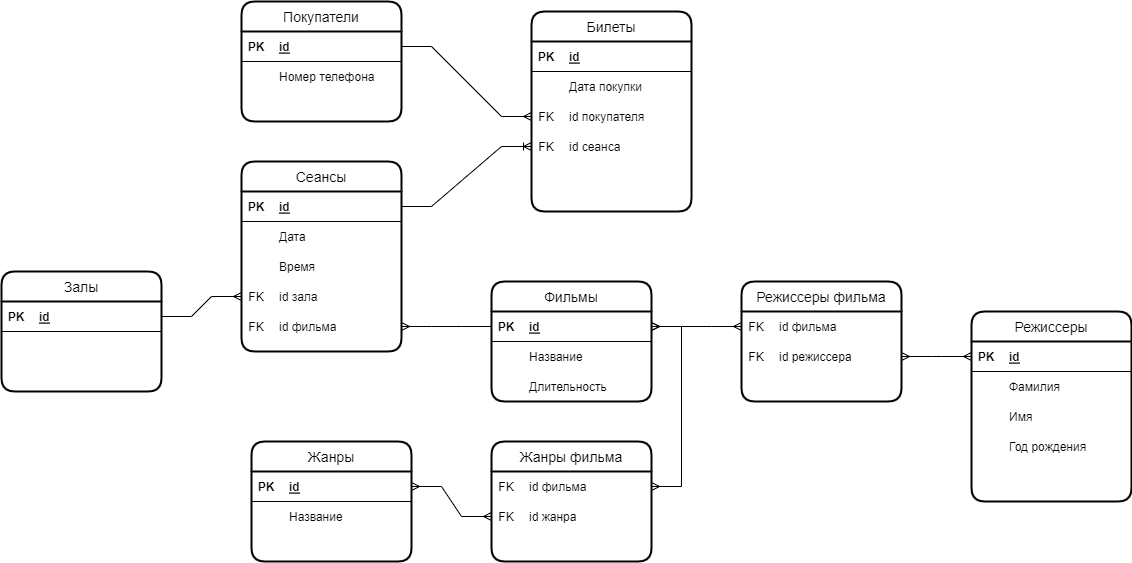
Before: part1/кинотеатр.drawio.png, a diagram exported from draw.io (Kolesa-Education/kolesa-upgrade-homework-4). Source tidied: cells renumbered, new cells last; positions are measured from the earlier drawing's top-left corner, leaving out a move shared by most shapes.
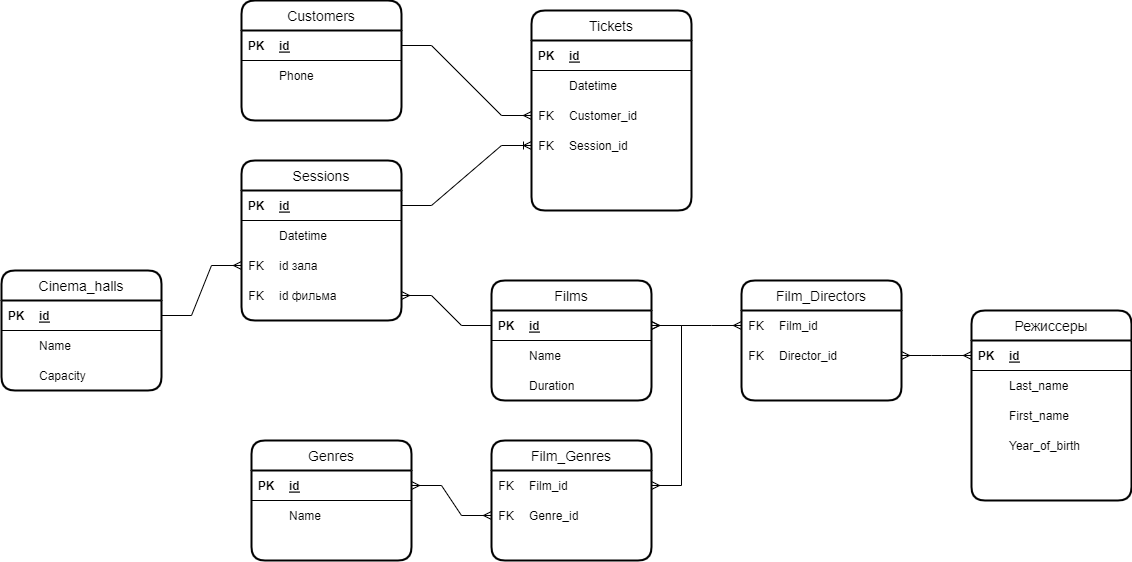
After the commit.

Commit message:
docs: modify spaceport & cinema db design

What changed in the source:
```diff
@@ -2,7 +2,7 @@
   <root>
     <mxCell id="0" />
     <mxCell id="1" parent="0" />
-    <mxCell id="2" value="Покупатели" style="swimlane;horizontal=1;startSize=30;rounded=1;fontSize=14;fontStyle=0;strokeWidth=2;shadow=0;dashed=0;align=center;" parent="1" vertex="1">
+    <mxCell id="2" value="Customers" style="swimlane;horizontal=1;startSize=30;rounded=1;fontSize=14;fontStyle=0;strokeWidth=2;shadow=0;dashed=0;align=center;" parent="1" vertex="1">
       <mxGeometry x="240" width="160" height="120" as="geometry" />
     </mxCell>
     <mxCell id="3" style="shape=table;startSize=0;rowLines=0;fontStyle=0;align=center;strokeColor=none;fillColor=none;" parent="2" vertex="1">
@@ -23,10 +23,10 @@
     <mxCell id="8" style="shape=partialRectangle;fillColor=none;top=0;left=0;bottom=0;right=0;overflow=hidden;" parent="7" vertex="1">
       <mxGeometry width="30" height="30" as="geometry" />
     </mxCell>
-    <mxCell id="9" value="Номер телефона" style="shape=partialRectangle;fillColor=none;top=0;left=0;bottom=0;right=0;align=left;spacingLeft=6;overflow=hidden;" parent="7" vertex="1">
+    <mxCell id="9" value="Phone" style="shape=partialRectangle;fillColor=none;top=0;left=0;bottom=0;right=0;align=left;spacingLeft=6;overflow=hidden;" parent="7" vertex="1">
       <mxGeometry x="30" width="130" height="30" as="geometry" />
     </mxCell>
-    <mxCell id="10" value="Фильмы" style="swimlane;horizontal=1;startSize=30;rounded=1;fontSize=14;fontStyle=0;strokeWidth=2;shadow=0;dashed=0;align=center;" parent="1" vertex="1">
+    <mxCell id="10" value="Films" style="swimlane;horizontal=1;startSize=30;rounded=1;fontSize=14;fontStyle=0;strokeWidth=2;shadow=0;dashed=0;align=center;" parent="1" vertex="1">
       <mxGeometry x="490" y="280" width="160" height="120" as="geometry" />
     </mxCell>
     <mxCell id="11" style="shape=table;startSize=0;rowLines=0;fontStyle=0;align=center;strokeColor=none;fillColor=none;" parent="10" vertex="1">
@@ -47,7 +47,7 @@
     <mxCell id="16" style="shape=partialRectangle;fillColor=none;top=0;left=0;bottom=0;right=0;overflow=hidden;" parent="15" vertex="1">
       <mxGeometry width="30" height="30" as="geometry" />
     </mxCell>
-    <mxCell id="17" value="Название" style="shape=partialRectangle;fillColor=none;top=0;left=0;bottom=0;right=0;align=left;spacingLeft=6;overflow=hidden;" parent="15" vertex="1">
+    <mxCell id="17" value="Name" style="shape=partialRectangle;fillColor=none;top=0;left=0;bottom=0;right=0;align=left;spacingLeft=6;overflow=hidden;" parent="15" vertex="1">
       <mxGeometry x="30" width="130" height="30" as="geometry" />
     </mxCell>
     <mxCell id="18" style="shape=tableRow;horizontal=0;startSize=0;swimlaneHead=0;swimlaneBody=0;fillColor=none;top=0;left=0;right=0;bottom=0;" parent="11" vertex="1">
@@ -56,7 +56,7 @@
     <mxCell id="19" style="shape=partialRectangle;fillColor=none;top=0;left=0;bottom=0;right=0;overflow=hidden;" parent="18" vertex="1">
       <mxGeometry width="30" height="30" as="geometry" />
     </mxCell>
-    <mxCell id="20" value="Длительность" style="shape=partialRectangle;fillColor=none;top=0;left=0;bottom=0;right=0;align=left;spacingLeft=6;overflow=hidden;" parent="18" vertex="1">
+    <mxCell id="20" value="Duration" style="shape=partialRectangle;fillColor=none;top=0;left=0;bottom=0;right=0;align=left;spacingLeft=6;overflow=hidden;" parent="18" vertex="1">
       <mxGeometry x="30" width="130" height="30" as="geometry" />
     </mxCell>
     <mxCell id="21" value="Режиссеры" style="swimlane;horizontal=1;startSize=30;rounded=1;fontSize=14;fontStyle=0;strokeWidth=2;shadow=0;dashed=0;align=center;" parent="1" vertex="1">
@@ -80,7 +80,7 @@
     <mxCell id="27" style="shape=partialRectangle;fillColor=none;top=0;left=0;bottom=0;right=0;overflow=hidden;" parent="26" vertex="1">
       <mxGeometry width="30" height="30" as="geometry" />
     </mxCell>
-    <mxCell id="28" value="Фамилия" style="shape=partialRectangle;fillColor=none;top=0;left=0;bottom=0;right=0;align=left;spacingLeft=6;overflow=hidden;" parent="26" vertex="1">
+    <mxCell id="28" value="Last_name" style="shape=partialRectangle;fillColor=none;top=0;left=0;bottom=0;right=0;align=left;spacingLeft=6;overflow=hidden;" parent="26" vertex="1">
       <mxGeometry x="30" width="130" height="30" as="geometry" />
     </mxCell>
     <mxCell id="29" style="shape=tableRow;horizontal=0;startSize=0;swimlaneHead=0;swimlaneBody=0;fillColor=none;top=0;left=0;right=0;bottom=0;" parent="22" vertex="1">
@@ -89,7 +89,7 @@
     <mxCell id="30" style="shape=partialRectangle;fillColor=none;top=0;left=0;bottom=0;right=0;overflow=hidden;" parent="29" vertex="1">
       <mxGeometry width="30" height="30" as="geometry" />
     </mxCell>
-    <mxCell id="31" value="Имя" style="shape=partialRectangle;fillColor=none;top=0;left=0;bottom=0;right=0;align=left;spacingLeft=6;overflow=hidden;" parent="29" vertex="1">
+    <mxCell id="31" value="First_name" style="shape=partialRectangle;fillColor=none;top=0;left=0;bottom=0;right=0;align=left;spacingLeft=6;overflow=hidden;" parent="29" vertex="1">
       <mxGeometry x="30" width="130" height="30" as="geometry" />
     </mxCell>
     <mxCell id="32" style="shape=tableRow;horizontal=0;startSize=0;swimlaneHead=0;swimlaneBody=0;fillColor=none;top=0;left=0;right=0;bottom=0;" parent="22" vertex="1">
@@ -98,14 +98,14 @@
     <mxCell id="33" style="shape=partialRectangle;fillColor=none;top=0;left=0;bottom=0;right=0;overflow=hidden;" parent="32" vertex="1">
       <mxGeometry width="30" height="30" as="geometry" />
     </mxCell>
-    <mxCell id="34" value="Год рождения" style="shape=partialRectangle;fillColor=none;top=0;left=0;bottom=0;right=0;align=left;spacingLeft=6;overflow=hidden;" parent="32" vertex="1">
+    <mxCell id="34" value="Year_of_birth" style="shape=partialRectangle;fillColor=none;top=0;left=0;bottom=0;right=0;align=left;spacingLeft=6;overflow=hidden;" parent="32" vertex="1">
       <mxGeometry x="30" width="130" height="30" as="geometry" />
     </mxCell>
-    <mxCell id="35" value="Сеансы" style="swimlane;horizontal=1;startSize=30;rounded=1;fontSize=14;fontStyle=0;strokeWidth=2;shadow=0;dashed=0;align=center;" parent="1" vertex="1">
-      <mxGeometry x="240" y="160" width="160" height="190" as="geometry" />
+    <mxCell id="35" value="Sessions" style="swimlane;horizontal=1;startSize=30;rounded=1;fontSize=14;fontStyle=0;strokeWidth=2;shadow=0;dashed=0;align=center;" parent="1" vertex="1">
+      <mxGeometry x="240" y="160" width="160" height="160" as="geometry" />
     </mxCell>
     <mxCell id="36" style="shape=table;startSize=0;rowLines=0;fontStyle=0;align=center;strokeColor=none;fillColor=none;" parent="35" vertex="1">
-      <mxGeometry y="30" width="160" height="160" as="geometry" />
+      <mxGeometry y="30" width="160" height="130" as="geometry" />
     </mxCell>
     <mxCell id="37" style="shape=tableRow;horizontal=0;startSize=0;swimlaneHead=0;swimlaneBody=0;fillColor=none;points=[[0,0.5],[1,0.5]];portConstraint=eastwest;top=0;left=0;right=0;bottom=1;" parent="36" vertex="1">
       <mxGeometry width="160" height="30" as="geometry" />
@@ -122,20 +122,11 @@
     <mxCell id="41" style="shape=partialRectangle;fillColor=none;top=0;left=0;bottom=0;right=0;overflow=hidden;" parent="40" vertex="1">
       <mxGeometry width="30" height="30" as="geometry" />
     </mxCell>
-    <mxCell id="42" value="Дата" style="shape=partialRectangle;fillColor=none;top=0;left=0;bottom=0;right=0;align=left;spacingLeft=6;overflow=hidden;" parent="40" vertex="1">
+    <mxCell id="42" value="Datetime" style="shape=partialRectangle;fillColor=none;top=0;left=0;bottom=0;right=0;align=left;spacingLeft=6;overflow=hidden;" parent="40" vertex="1">
       <mxGeometry x="30" width="130" height="30" as="geometry" />
     </mxCell>
-    <mxCell id="43" style="shape=tableRow;horizontal=0;startSize=0;swimlaneHead=0;swimlaneBody=0;fillColor=none;top=0;left=0;right=0;bottom=0;" parent="36" vertex="1">
-      <mxGeometry y="60" width="160" height="30" as="geometry" />
-    </mxCell>
-    <mxCell id="44" style="shape=partialRectangle;fillColor=none;top=0;left=0;bottom=0;right=0;overflow=hidden;" parent="43" vertex="1">
-      <mxGeometry width="30" height="30" as="geometry" />
-    </mxCell>
-    <mxCell id="45" value="Время" style="shape=partialRectangle;fillColor=none;top=0;left=0;bottom=0;right=0;align=left;spacingLeft=6;overflow=hidden;" parent="43" vertex="1">
-      <mxGeometry x="30" width="130" height="30" as="geometry" />
-    </mxCell>
     <mxCell id="46" style="shape=tableRow;horizontal=0;startSize=0;swimlaneHead=0;swimlaneBody=0;fillColor=none;points=[[0,0.5],[1,0.5]];portConstraint=eastwest;top=0;left=0;right=0;bottom=0;" parent="36" vertex="1">
-      <mxGeometry y="90" width="160" height="30" as="geometry" />
+      <mxGeometry y="60" width="160" height="30" as="geometry" />
     </mxCell>
     <mxCell id="47" value="FK" style="shape=partialRectangle;fillColor=none;top=0;left=0;bottom=0;right=0;fontStyle=0;overflow=hidden;" parent="46" vertex="1">
       <mxGeometry width="30" height="30" as="geometry" />
@@ -144,7 +135,7 @@
       <mxGeometry x="30" width="130" height="30" as="geometry" />
     </mxCell>
     <mxCell id="49" style="shape=tableRow;horizontal=0;startSize=0;swimlaneHead=0;swimlaneBody=0;fillColor=none;points=[[0,0.5],[1,0.5]];portConstraint=eastwest;top=0;left=0;right=0;bottom=0;" parent="36" vertex="1">
-      <mxGeometry y="120" width="160" height="30" as="geometry" />
+      <mxGeometry y="90" width="160" height="30" as="geometry" />
     </mxCell>
     <mxCell id="50" value="FK" style="shape=partialRectangle;fillColor=none;top=0;left=0;bottom=0;right=0;fontStyle=0;overflow=hidden;" parent="49" vertex="1">
       <mxGeometry width="30" height="30" as="geometry" />
@@ -152,7 +143,7 @@
     <mxCell id="51" value="id фильма" style="shape=partialRectangle;fillColor=none;top=0;left=0;bottom=0;right=0;align=left;spacingLeft=6;fontStyle=0;overflow=hidden;" parent="49" vertex="1">
       <mxGeometry x="30" width="130" height="30" as="geometry" />
     </mxCell>
-    <mxCell id="52" value="Билеты" style="swimlane;horizontal=1;startSize=30;rounded=1;fontSize=14;fontStyle=0;strokeWidth=2;shadow=0;dashed=0;align=center;" parent="1" vertex="1">
+    <mxCell id="52" value="Tickets" style="swimlane;horizontal=1;startSize=30;rounded=1;fontSize=14;fontStyle=0;strokeWidth=2;shadow=0;dashed=0;align=center;" parent="1" vertex="1">
       <mxGeometry x="530" y="10" width="160" height="200" as="geometry" />
     </mxCell>
     <mxCell id="53" style="shape=table;startSize=0;rowLines=0;fontStyle=0;align=center;strokeColor=none;fillColor=none;" parent="52" vertex="1">
@@ -173,7 +164,7 @@
     <mxCell id="58" style="shape=partialRectangle;fillColor=none;top=0;left=0;bottom=0;right=0;overflow=hidden;" parent="57" vertex="1">
       <mxGeometry width="30" height="30" as="geometry" />
     </mxCell>
-    <mxCell id="59" value="Дата покупки" style="shape=partialRectangle;fillColor=none;top=0;left=0;bottom=0;right=0;align=left;spacingLeft=6;overflow=hidden;" parent="57" vertex="1">
+    <mxCell id="59" value="Datetime" style="shape=partialRectangle;fillColor=none;top=0;left=0;bottom=0;right=0;align=left;spacingLeft=6;overflow=hidden;" parent="57" vertex="1">
       <mxGeometry x="30" width="130" height="30" as="geometry" />
     </mxCell>
     <mxCell id="60" style="shape=tableRow;horizontal=0;startSize=0;swimlaneHead=0;swimlaneBody=0;fillColor=none;points=[[0,0.5],[1,0.5]];portConstraint=eastwest;top=0;left=0;right=0;bottom=0;" parent="53" vertex="1">
@@ -182,7 +173,7 @@
     <mxCell id="61" value="FK" style="shape=partialRectangle;fillColor=none;top=0;left=0;bottom=0;right=0;fontStyle=0;overflow=hidden;" parent="60" vertex="1">
       <mxGeometry width="30" height="30" as="geometry" />
     </mxCell>
-    <mxCell id="62" value="id покупателя" style="shape=partialRectangle;fillColor=none;top=0;left=0;bottom=0;right=0;align=left;spacingLeft=6;fontStyle=0;overflow=hidden;" parent="60" vertex="1">
+    <mxCell id="62" value="Customer_id" style="shape=partialRectangle;fillColor=none;top=0;left=0;bottom=0;right=0;align=left;spacingLeft=6;fontStyle=0;overflow=hidden;" parent="60" vertex="1">
       <mxGeometry x="30" width="130" height="30" as="geometry" />
     </mxCell>
     <mxCell id="63" style="shape=tableRow;horizontal=0;startSize=0;swimlaneHead=0;swimlaneBody=0;fillColor=none;points=[[0,0.5],[1,0.5]];portConstraint=eastwest;top=0;left=0;right=0;bottom=0;" parent="53" vertex="1">
@@ -191,10 +182,10 @@
     <mxCell id="64" value="FK" style="shape=partialRectangle;fillColor=none;top=0;left=0;bottom=0;right=0;fontStyle=0;overflow=hidden;" parent="63" vertex="1">
       <mxGeometry width="30" height="30" as="geometry" />
     </mxCell>
-    <mxCell id="65" value="id сеанса" style="shape=partialRectangle;fillColor=none;top=0;left=0;bottom=0;right=0;align=left;spacingLeft=6;fontStyle=0;overflow=hidden;" parent="63" vertex="1">
+    <mxCell id="65" value="Session_id" style="shape=partialRectangle;fillColor=none;top=0;left=0;bottom=0;right=0;align=left;spacingLeft=6;fontStyle=0;overflow=hidden;" parent="63" vertex="1">
       <mxGeometry x="30" width="130" height="30" as="geometry" />
     </mxCell>
-    <mxCell id="66" value="Залы" style="swimlane;horizontal=1;startSize=30;rounded=1;fontSize=14;fontStyle=0;strokeWidth=2;shadow=0;dashed=0;align=center;" parent="1" vertex="1">
+    <mxCell id="66" value="Cinema_halls" style="swimlane;horizontal=1;startSize=30;rounded=1;fontSize=14;fontStyle=0;strokeWidth=2;shadow=0;dashed=0;align=center;" parent="1" vertex="1">
       <mxGeometry y="270" width="160" height="120" as="geometry" />
     </mxCell>
     <mxCell id="67" style="shape=table;startSize=0;rowLines=0;fontStyle=0;align=center;strokeColor=none;fillColor=none;" parent="66" vertex="1">
@@ -209,7 +200,25 @@
     <mxCell id="70" value="id" style="shape=partialRectangle;fillColor=none;top=0;left=0;bottom=0;right=0;align=left;spacingLeft=6;fontStyle=5;overflow=hidden;" parent="68" vertex="1">
       <mxGeometry x="30" width="130" height="30" as="geometry" />
     </mxCell>
+    <mxCell id="103" style="shape=tableRow;horizontal=0;startSize=0;swimlaneHead=0;swimlaneBody=0;fillColor=none;top=0;left=0;right=0;bottom=0;" parent="67" vertex="1">
+      <mxGeometry y="30" width="160" height="30" as="geometry" />
+    </mxCell>
+    <mxCell id="104" style="shape=partialRectangle;fillColor=none;top=0;left=0;bottom=0;right=0;overflow=hidden;" parent="103" vertex="1">
+      <mxGeometry width="30" height="30" as="geometry" />
+    </mxCell>
+    <mxCell id="105" value="Name" style="shape=partialRectangle;fillColor=none;top=0;left=0;bottom=0;right=0;align=left;spacingLeft=6;overflow=hidden;" parent="103" vertex="1">
+      <mxGeometry x="30" width="130" height="30" as="geometry" />
+    </mxCell>
+    <mxCell id="43" style="shape=tableRow;horizontal=0;startSize=0;swimlaneHead=0;swimlaneBody=0;fillColor=none;top=0;left=0;right=0;bottom=0;" parent="67" vertex="1">
+      <mxGeometry y="60" width="160" height="30" as="geometry" />
+    </mxCell>
+    <mxCell id="106" style="shape=partialRectangle;fillColor=none;top=0;left=0;bottom=0;right=0;overflow=hidden;" parent="43" vertex="1">
+      <mxGeometry width="30" height="30" as="geometry" />
+    </mxCell>
+    <mxCell id="107" value="Capacity" style="shape=partialRectangle;fillColor=none;top=0;left=0;bottom=0;right=0;align=left;spacingLeft=6;overflow=hidden;" parent="43" vertex="1">
+      <mxGeometry x="30" width="130" height="30" as="geometry" />
+    </mxCell>
-    <mxCell id="71" value="Жанры" style="swimlane;horizontal=1;startSize=30;rounded=1;fontSize=14;fontStyle=0;strokeWidth=2;shadow=0;dashed=0;align=center;" parent="1" vertex="1">
+    <mxCell id="71" value="Genres" style="swimlane;horizontal=1;startSize=30;rounded=1;fontSize=14;fontStyle=0;strokeWidth=2;shadow=0;dashed=0;align=center;" parent="1" vertex="1">
       <mxGeometry x="250" y="440" width="160" height="120" as="geometry" />
     </mxCell>
     <mxCell id="72" style="shape=table;startSize=0;rowLines=0;fontStyle=0;align=center;strokeColor=none;fillColor=none;" parent="71" vertex="1">
@@ -230,7 +239,7 @@
     <mxCell id="77" style="shape=partialRectangle;fillColor=none;top=0;left=0;bottom=0;right=0;overflow=hidden;" parent="76" vertex="1">
       <mxGeometry width="30" height="30" as="geometry" />
     </mxCell>
-    <mxCell id="78" value="Название" style="shape=partialRectangle;fillColor=none;top=0;left=0;bottom=0;right=0;align=left;spacingLeft=6;overflow=hidden;" parent="76" vertex="1">
+    <mxCell id="78" value="Name" style="shape=partialRectangle;fillColor=none;top=0;left=0;bottom=0;right=0;align=left;spacingLeft=6;overflow=hidden;" parent="76" vertex="1">
       <mxGeometry x="30" width="130" height="30" as="geometry" />
     </mxCell>
     <mxCell id="79" style="edgeStyle=entityRelationEdgeStyle;fontSize=12;html=1;endArrow=ERmany;rounded=0;" parent="1" edge="1" source="4" target="60">
@@ -245,7 +254,7 @@
     <mxCell id="82" style="edgeStyle=entityRelationEdgeStyle;fontSize=12;html=1;endArrow=ERmany;rounded=0;" parent="1" edge="1" source="68" target="46">
       <mxGeometry relative="1" as="geometry" />
     </mxCell>
-    <mxCell id="83" value="Режиссеры фильма" style="swimlane;horizontal=1;startSize=30;rounded=1;fontSize=14;fontStyle=0;strokeWidth=2;shadow=0;dashed=0;align=center;" parent="1" vertex="1">
+    <mxCell id="83" value="Film_Directors" style="swimlane;horizontal=1;startSize=30;rounded=1;fontSize=14;fontStyle=0;strokeWidth=2;shadow=0;dashed=0;align=center;" parent="1" vertex="1">
       <mxGeometry x="740" y="280" width="160" height="120" as="geometry" />
     </mxCell>
     <mxCell id="84" style="shape=table;startSize=0;rowLines=0;fontStyle=0;align=center;strokeColor=none;fillColor=none;" parent="83" vertex="1">
@@ -257,7 +266,7 @@
     <mxCell id="86" value="FK" style="shape=partialRectangle;fillColor=none;top=0;left=0;bottom=0;right=0;fontStyle=0;overflow=hidden;" parent="85" vertex="1">
       <mxGeometry width="30" height="30" as="geometry" />
     </mxCell>
-    <mxCell id="87" value="id фильма" style="shape=partialRectangle;fillColor=none;top=0;left=0;bottom=0;right=0;align=left;spacingLeft=6;fontStyle=0;overflow=hidden;" parent="85" vertex="1">
+    <mxCell id="87" value="Film_id" style="shape=partialRectangle;fillColor=none;top=0;left=0;bottom=0;right=0;align=left;spacingLeft=6;fontStyle=0;overflow=hidden;" parent="85" vertex="1">
       <mxGeometry x="30" width="130" height="30" as="geometry" />
     </mxCell>
     <mxCell id="88" style="shape=tableRow;horizontal=0;startSize=0;swimlaneHead=0;swimlaneBody=0;fillColor=none;points=[[0,0.5],[1,0.5]];portConstraint=eastwest;top=0;left=0;right=0;bottom=0;" parent="84" vertex="1">
@@ -266,10 +275,10 @@
     <mxCell id="89" value="FK" style="shape=partialRectangle;fillColor=none;top=0;left=0;bottom=0;right=0;fontStyle=0;overflow=hidden;" parent="88" vertex="1">
       <mxGeometry width="30" height="30" as="geometry" />
     </mxCell>
-    <mxCell id="90" value="id режиссера" style="shape=partialRectangle;fillColor=none;top=0;left=0;bottom=0;right=0;align=left;spacingLeft=6;fontStyle=0;overflow=hidden;" parent="88" vertex="1">
+    <mxCell id="90" value="Director_id" style="shape=partialRectangle;fillColor=none;top=0;left=0;bottom=0;right=0;align=left;spacingLeft=6;fontStyle=0;overflow=hidden;" parent="88" vertex="1">
       <mxGeometry x="30" width="130" height="30" as="geometry" />
     </mxCell>
-    <mxCell id="91" value="Жанры фильма" style="swimlane;horizontal=1;startSize=30;rounded=1;fontSize=14;fontStyle=0;strokeWidth=2;shadow=0;dashed=0;align=center;" parent="1" vertex="1">
+    <mxCell id="91" value="Film_Genres" style="swimlane;horizontal=1;startSize=30;rounded=1;fontSize=14;fontStyle=0;strokeWidth=2;shadow=0;dashed=0;align=center;" parent="1" vertex="1">
       <mxGeometry x="490" y="440" width="160" height="120" as="geometry" />
     </mxCell>
     <mxCell id="92" style="shape=table;startSize=0;rowLines=0;fontStyle=0;align=center;strokeColor=none;fillColor=none;" parent="91" vertex="1">
@@ -281,7 +290,7 @@
     <mxCell id="94" value="FK" style="shape=partialRectangle;fillColor=none;top=0;left=0;bottom=0;right=0;fontStyle=0;overflow=hidden;" parent="93" vertex="1">
       <mxGeometry width="30" height="30" as="geometry" />
     </mxCell>
-    <mxCell id="95" value="id фильма" style="shape=partialRectangle;fillColor=none;top=0;left=0;bottom=0;right=0;align=left;spacingLeft=6;fontStyle=0;overflow=hidden;" parent="93" vertex="1">
+    <mxCell id="95" value="Film_id" style="shape=partialRectangle;fillColor=none;top=0;left=0;bottom=0;right=0;align=left;spacingLeft=6;fontStyle=0;overflow=hidden;" parent="93" vertex="1">
       <mxGeometry x="30" width="130" height="30" as="geometry" />
     </mxCell>
     <mxCell id="96" style="shape=tableRow;horizontal=0;startSize=0;swimlaneHead=0;swimlaneBody=0;fillColor=none;points=[[0,0.5],[1,0.5]];portConstraint=eastwest;top=0;left=0;right=0;bottom=0;" parent="92" vertex="1">
@@ -290,7 +299,7 @@
     <mxCell id="97" value="FK" style="shape=partialRectangle;fillColor=none;top=0;left=0;bottom=0;right=0;fontStyle=0;overflow=hidden;" parent="96" vertex="1">
       <mxGeometry width="30" height="30" as="geometry" />
     </mxCell>
-    <mxCell id="98" value="id жанра" style="shape=partialRectangle;fillColor=none;top=0;left=0;bottom=0;right=0;align=left;spacingLeft=6;fontStyle=0;overflow=hidden;" parent="96" vertex="1">
+    <mxCell id="98" value="Genre_id" style="shape=partialRectangle;fillColor=none;top=0;left=0;bottom=0;right=0;align=left;spacingLeft=6;fontStyle=0;overflow=hidden;" parent="96" vertex="1">
       <mxGeometry x="30" width="130" height="30" as="geometry" />
     </mxCell>
     <mxCell id="99" style="edgeStyle=entityRelationEdgeStyle;fontSize=12;html=1;endArrow=ERmany;startArrow=ERmany;rounded=0;entryX=1;entryY=0.5;entryDx=0;entryDy=0;" parent="1" edge="1" source="85" target="12">
```
